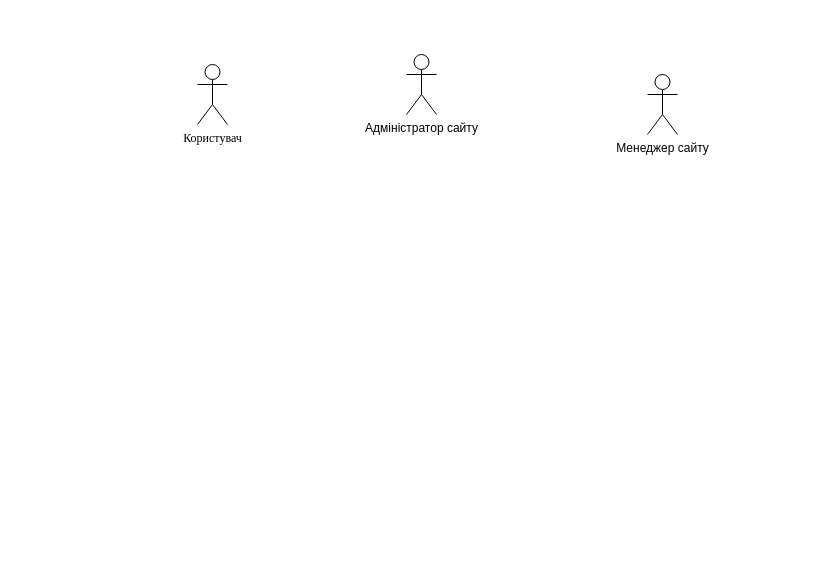
Before: Untitled Diagram.drawio in Yulia1204/git, a draw.io diagram. Source tidied: cells renumbered, new cells numbered last; positions are measured from the earlier drawing's top-left corner, leaving out a move shared by most shapes. Both pictures are drawn from the tidied source at 100%, with x=0, y=0 at pixel (197, 54).
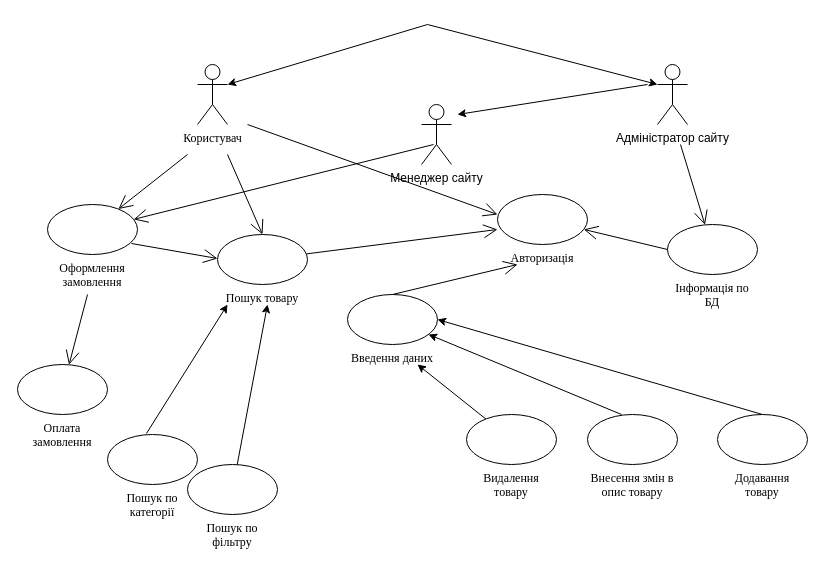
The same diagram, later.

Unchanged cells that the change refers to:
```xml
<mxCell id="2" value="Користувач" style="shape=umlActor;verticalLabelPosition=bottom;verticalAlign=top;html=1;fontFamily=Times New Roman;" parent="1" vertex="1">
  <mxGeometry y="10" width="30" height="60" as="geometry" />
</mxCell>
```

The edit, as a diff of the source:
```diff
@@
     <mxCell id="3" value="Адміністратор сайту" style="shape=umlActor;verticalLabelPosition=bottom;verticalAlign=top;html=1;" parent="1" vertex="1">
-      <mxGeometry x="209" width="30" height="60" as="geometry" />
+      <mxGeometry x="460" y="10" width="30" height="60" as="geometry" />
     </mxCell>
     <mxCell id="4" value="Менеджер сайту&lt;br&gt;" style="shape=umlActor;verticalLabelPosition=bottom;verticalAlign=top;html=1;" parent="1" vertex="1">
-      <mxGeometry x="450" y="20" width="30" height="60" as="geometry" />
+      <mxGeometry x="224" y="50" width="30" height="60" as="geometry" />
     </mxCell>
+    <mxCell id="5" style="endArrow=classic;html=1;fontFamily=Times New Roman;entryX=1;entryY=0.3333333333333333;entryDx=0;entryDy=0;entryPerimeter=0;" parent="1" edge="1" target="2">
+      <mxGeometry relative="1" as="geometry">
+        <mxPoint x="230" y="-30" as="sourcePoint" />
+      </mxGeometry>
+    </mxCell>
+    <mxCell id="6" style="endArrow=classic;html=1;fontFamily=Times New Roman;" parent="1" edge="1">
+      <mxGeometry relative="1" as="geometry">
+        <mxPoint x="450" y="30" as="sourcePoint" />
+        <mxPoint x="260" y="60" as="targetPoint" />
+      </mxGeometry>
+    </mxCell>
+    <mxCell id="7" style="endArrow=classic;html=1;fontFamily=Times New Roman;entryX=0;entryY=0.3333333333333333;entryDx=0;entryDy=0;entryPerimeter=0;" parent="1" edge="1" target="3">
+      <mxGeometry relative="1" as="geometry">
+        <mxPoint x="230" y="-30" as="sourcePoint" />
+      </mxGeometry>
+    </mxCell>
+    <mxCell id="8" style="endArrow=open;endFill=1;endSize=12;html=1;fontFamily=Times New Roman;" parent="1" edge="1" target="10">
+      <mxGeometry relative="1" as="geometry">
+        <mxPoint x="-10" y="100" as="sourcePoint" />
+      </mxGeometry>
+    </mxCell>
+    <mxCell id="9" style="endArrow=open;endFill=1;endSize=12;html=1;fontFamily=Times New Roman;" parent="1" edge="1">
+      <mxGeometry relative="1" as="geometry">
+        <mxPoint x="30" y="100" as="sourcePoint" />
+        <mxPoint x="65" y="180" as="targetPoint" />
+      </mxGeometry>
+    </mxCell>
+    <mxCell id="10" value="Оформлення замовлення" style="ellipse;whiteSpace=wrap;html=1;fontFamily=Times New Roman;labelPosition=center;verticalLabelPosition=bottom;align=center;verticalAlign=top;" parent="1" vertex="1">
+      <mxGeometry x="-150" y="150" width="90" height="50" as="geometry" />
+    </mxCell>
+    <mxCell id="11" value="Пошук товару&lt;br&gt;" style="ellipse;whiteSpace=wrap;html=1;fontFamily=Times New Roman;align=center;labelPosition=center;verticalLabelPosition=bottom;verticalAlign=top;" parent="1" vertex="1">
+      <mxGeometry x="20" y="180" width="90" height="50" as="geometry" />
+    </mxCell>
+    <mxCell id="12" style="endArrow=open;endFill=1;endSize=12;html=1;fontFamily=Times New Roman;exitX=0.933;exitY=0.78;exitDx=0;exitDy=0;exitPerimeter=0;" parent="1" edge="1" source="10">
+      <mxGeometry relative="1" as="geometry">
+        <mxPoint x="20" y="204" as="targetPoint" />
+      </mxGeometry>
+    </mxCell>
+    <mxCell id="13" value="Оплата замовлення" style="ellipse;whiteSpace=wrap;html=1;fontFamily=Times New Roman;labelPosition=center;verticalLabelPosition=bottom;align=center;verticalAlign=top;" parent="1" vertex="1">
+      <mxGeometry x="-180" y="310" width="90" height="50" as="geometry" />
+    </mxCell>
+    <mxCell id="14" style="endArrow=open;endFill=1;endSize=12;html=1;fontFamily=Times New Roman;" parent="1" edge="1" target="13">
+      <mxGeometry relative="1" as="geometry">
+        <mxPoint x="-110" y="240" as="sourcePoint" />
+      </mxGeometry>
+    </mxCell>
+    <mxCell id="15" value="Пошук по категорії&lt;br&gt;" style="ellipse;whiteSpace=wrap;html=1;fontFamily=Times New Roman;labelPosition=center;verticalLabelPosition=bottom;align=center;verticalAlign=top;" parent="1" vertex="1">
+      <mxGeometry x="-90" y="380" width="90" height="50" as="geometry" />
+    </mxCell>
+    <mxCell id="16" value="Пошук по фільтру&lt;br&gt;" style="ellipse;whiteSpace=wrap;html=1;fontFamily=Times New Roman;labelPosition=center;verticalLabelPosition=bottom;align=center;verticalAlign=top;" parent="1" vertex="1">
+      <mxGeometry x="-10" y="410" width="90" height="50" as="geometry" />
+    </mxCell>
+    <mxCell id="17" style="endArrow=classic;html=1;fontFamily=Times New Roman;exitX=0.433;exitY=-0.02;exitDx=0;exitDy=0;exitPerimeter=0;" parent="1" edge="1" source="15">
+      <mxGeometry relative="1" as="geometry">
+        <mxPoint x="30" y="250" as="targetPoint" />
+      </mxGeometry>
+    </mxCell>
+    <mxCell id="18" style="endArrow=classic;html=1;fontFamily=Times New Roman;" parent="1" edge="1" source="16">
+      <mxGeometry relative="1" as="geometry">
+        <mxPoint x="70" y="250" as="targetPoint" />
+      </mxGeometry>
+    </mxCell>
+    <mxCell id="19" value="Інформація по БД" style="ellipse;whiteSpace=wrap;html=1;fontFamily=Times New Roman;labelPosition=center;verticalLabelPosition=bottom;align=center;verticalAlign=top;" parent="1" vertex="1">
+      <mxGeometry x="470" y="170" width="90" height="50" as="geometry" />
+    </mxCell>
+    <mxCell id="20" value="Авторизація" style="ellipse;whiteSpace=wrap;html=1;fontFamily=Times New Roman;labelPosition=center;verticalLabelPosition=bottom;align=center;verticalAlign=top;" parent="1" vertex="1">
+      <mxGeometry x="300" y="140" width="90" height="50" as="geometry" />
+    </mxCell>
+    <mxCell id="21" value="Введення даних&lt;br&gt;" style="ellipse;whiteSpace=wrap;html=1;fontFamily=Times New Roman;labelPosition=center;verticalLabelPosition=bottom;align=center;verticalAlign=top;" parent="1" vertex="1">
+      <mxGeometry x="150" y="240" width="90" height="50" as="geometry" />
+    </mxCell>
+    <mxCell id="22" value="Додавання товару" style="ellipse;whiteSpace=wrap;html=1;fontFamily=Times New Roman;labelPosition=center;verticalLabelPosition=bottom;align=center;verticalAlign=top;" parent="1" vertex="1">
+      <mxGeometry x="520" y="360" width="90" height="50" as="geometry" />
+    </mxCell>
+    <mxCell id="23" value="Внесення змін в опис товару" style="ellipse;whiteSpace=wrap;html=1;fontFamily=Times New Roman;labelPosition=center;verticalLabelPosition=bottom;align=center;verticalAlign=top;" parent="1" vertex="1">
+      <mxGeometry x="390" y="360" width="90" height="50" as="geometry" />
+    </mxCell>
+    <mxCell id="24" value="Видалення товару" style="ellipse;whiteSpace=wrap;html=1;fontFamily=Times New Roman;labelPosition=center;verticalLabelPosition=bottom;align=center;verticalAlign=top;" parent="1" vertex="1">
+      <mxGeometry x="269" y="360" width="90" height="50" as="geometry" />
+    </mxCell>
+    <mxCell id="25" style="endArrow=open;endFill=1;endSize=12;html=1;fontFamily=Times New Roman;" parent="1" edge="1" target="19">
+      <mxGeometry relative="1" as="geometry">
+        <mxPoint x="483" y="90" as="sourcePoint" />
+      </mxGeometry>
+    </mxCell>
+    <mxCell id="26" style="endArrow=open;endFill=1;endSize=12;html=1;fontFamily=Times New Roman;exitX=0;exitY=0.5;exitDx=0;exitDy=0;" parent="1" edge="1" source="19" target="20">
+      <mxGeometry relative="1" as="geometry" />
+    </mxCell>
+    <mxCell id="27" style="endArrow=open;endFill=1;endSize=12;html=1;fontFamily=Times New Roman;" parent="1" edge="1" source="11">
+      <mxGeometry relative="1" as="geometry">
+        <mxPoint x="300" y="175" as="targetPoint" />
+      </mxGeometry>
+    </mxCell>
+    <mxCell id="28" style="endArrow=open;endFill=1;endSize=12;html=1;fontFamily=Times New Roman;exitX=0.5;exitY=0;exitDx=0;exitDy=0;" parent="1" edge="1" source="21">
+      <mxGeometry relative="1" as="geometry">
+        <mxPoint x="320" y="210" as="targetPoint" />
+      </mxGeometry>
+    </mxCell>
+    <mxCell id="29" style="endArrow=classic;html=1;fontFamily=Times New Roman;" parent="1" edge="1" source="24">
+      <mxGeometry relative="1" as="geometry">
+        <mxPoint x="220" y="310" as="targetPoint" />
+      </mxGeometry>
+    </mxCell>
+    <mxCell id="30" style="endArrow=classic;html=1;fontFamily=Times New Roman;exitX=0.378;exitY=0;exitDx=0;exitDy=0;exitPerimeter=0;" parent="1" edge="1" source="23" target="21">
+      <mxGeometry relative="1" as="geometry" />
+    </mxCell>
+    <mxCell id="31" style="endArrow=classic;html=1;fontFamily=Times New Roman;exitX=0.5;exitY=0;exitDx=0;exitDy=0;entryX=1;entryY=0.5;entryDx=0;entryDy=0;" parent="1" edge="1" source="22" target="21">
+      <mxGeometry relative="1" as="geometry" />
+    </mxCell>
+    <mxCell id="32" style="endArrow=open;endFill=1;endSize=12;html=1;fontFamily=Times New Roman;exitX=0.4;exitY=0.667;exitDx=0;exitDy=0;exitPerimeter=0;" parent="1" edge="1" source="4" target="10">
+      <mxGeometry relative="1" as="geometry" />
+    </mxCell>
+    <mxCell id="33" style="endArrow=open;endFill=1;endSize=12;html=1;fontFamily=Times New Roman;" parent="1" edge="1">
+      <mxGeometry relative="1" as="geometry">
+        <mxPoint x="50" y="70" as="sourcePoint" />
+        <mxPoint x="300" y="160" as="targetPoint" />
+      </mxGeometry>
+    </mxCell>
```
